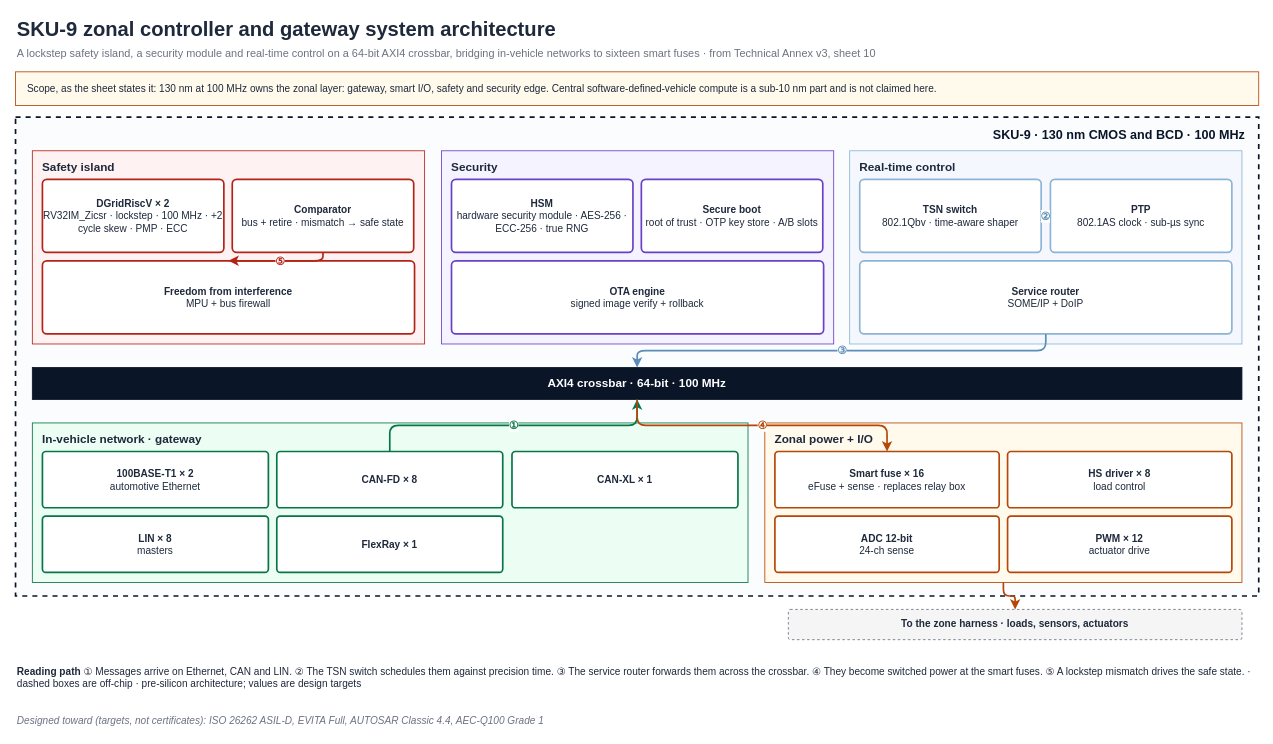
Before: public/downloads/sku-9-architecture.drawio in shekerkamma/deepgrid-dr-silicon-v11, a draw.io diagram. Source tidied: cells renumbered, new cells numbered last; positions are measured from the earlier drawing's top-left corner, leaving out a move shared by most shapes. Both pictures are drawn from the tidied source at 84%, with x=0, y=0 at pixel (15, 14).
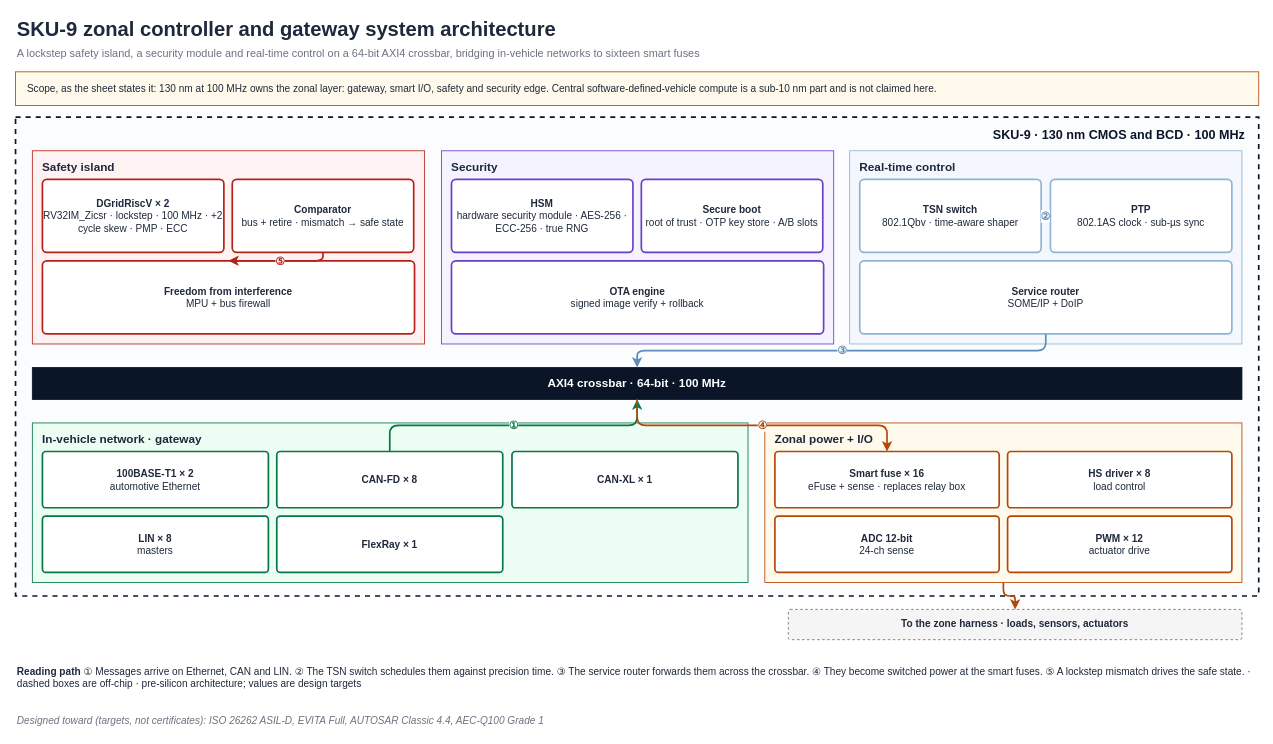
Above is the later version.

The edit, as a diff of the source:
```diff
@@
-    <mxCell id="3" value="A lockstep safety island, a security module and real-time control on a 64-bit AXI4 crossbar, bridging in-vehicle networks to sixteen smart fuses · from Technical Annex v3, sheet 10" style="text;html=1;align=left;verticalAlign=middle;whiteSpace=wrap;fontSize=13;fontColor=#6B7280;" parent="1" vertex="1">
+    <mxCell id="3" value="A lockstep safety island, a security module and real-time control on a 64-bit AXI4 crossbar, bridging in-vehicle networks to sixteen smart fuses" style="text;html=1;align=left;verticalAlign=middle;whiteSpace=wrap;fontSize=13;fontColor=#6B7280;" parent="1" vertex="1">
       <mxGeometry y="34" width="1480" height="24" as="geometry" />
     </mxCell>
```
